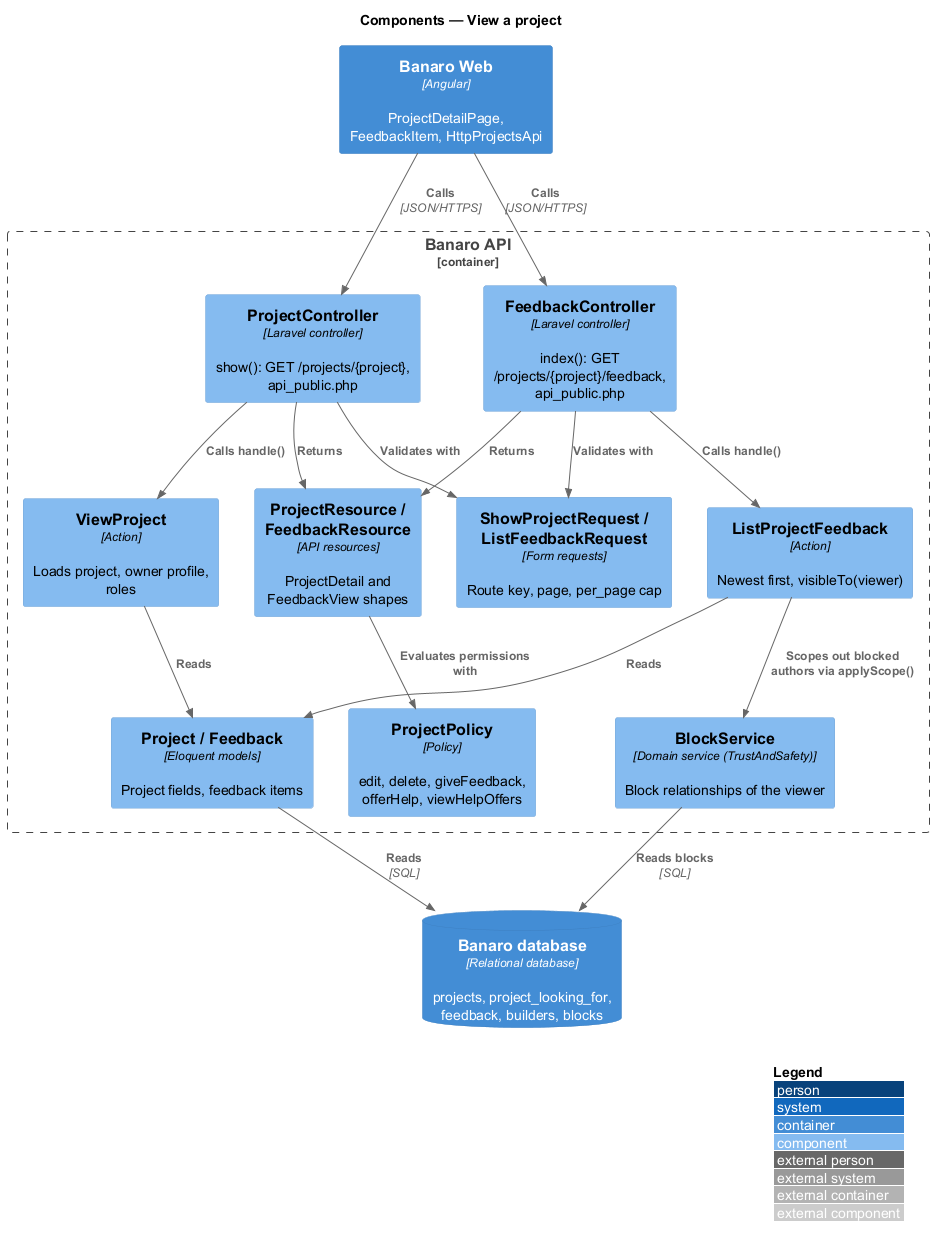
The PlantUML diagram docs/detailed-designs/projects/view-project/diagrams/c4-component.png in QuinntyneBrown/banaro, before a commit.
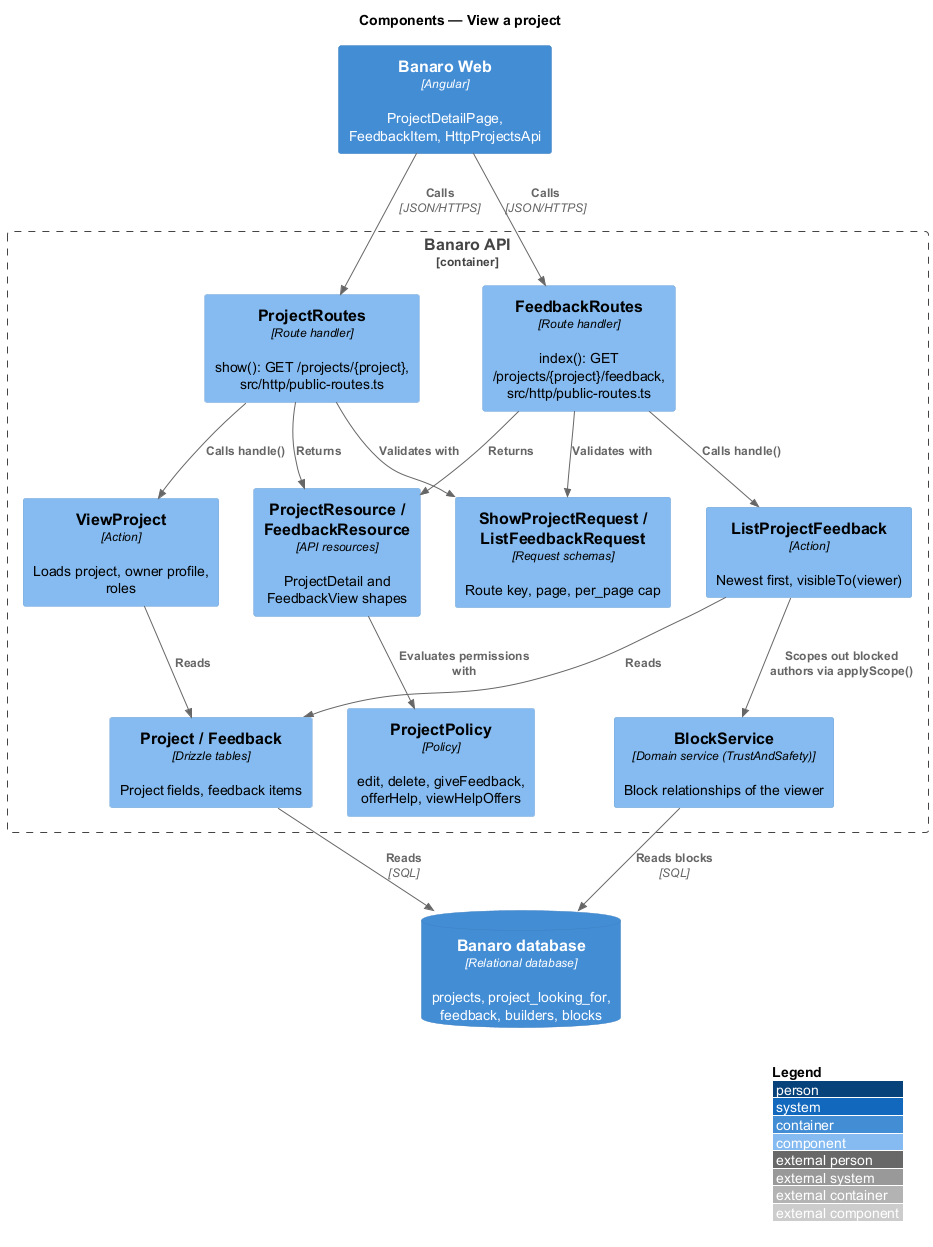
The same diagram one commit later.

What changed in the source:
```diff
@@ -7,14 +7,14 @@
 ContainerDb(db, "Banaro database", "Relational database", "projects, project_looking_for, feedback, builders, blocks")
 
 Container_Boundary(api, "Banaro API") {
-  Component(pctrl, "ProjectController", "Laravel controller", "show(): GET /projects/{project}, api_public.php")
-  Component(fctrl, "FeedbackController", "Laravel controller", "index(): GET /projects/{project}/feedback, api_public.php")
-  Component(req, "ShowProjectRequest / ListFeedbackRequest", "Form requests", "Route key, page, per_page cap")
+  Component(pctrl, "ProjectRoutes", "Route handler", "show(): GET /projects/{project}, src/http/public-routes.ts")
+  Component(fctrl, "FeedbackRoutes", "Route handler", "index(): GET /projects/{project}/feedback, src/http/public-routes.ts")
+  Component(req, "ShowProjectRequest / ListFeedbackRequest", "Request schemas", "Route key, page, per_page cap")
   Component(view, "ViewProject", "Action", "Loads project, owner profile, roles")
   Component(list, "ListProjectFeedback", "Action", "Newest first, visibleTo(viewer)")
   Component(policy, "ProjectPolicy", "Policy", "edit, delete, giveFeedback, offerHelp, viewHelpOffers")
   Component(block, "BlockService", "Domain service (TrustAndSafety)", "Block relationships of the viewer")
-  Component(models, "Project / Feedback", "Eloquent models", "Project fields, feedback items")
+  Component(models, "Project / Feedback", "Drizzle tables", "Project fields, feedback items")
   Component(res, "ProjectResource / FeedbackResource", "API resources", "ProjectDetail and FeedbackView shapes")
 }
 
```
